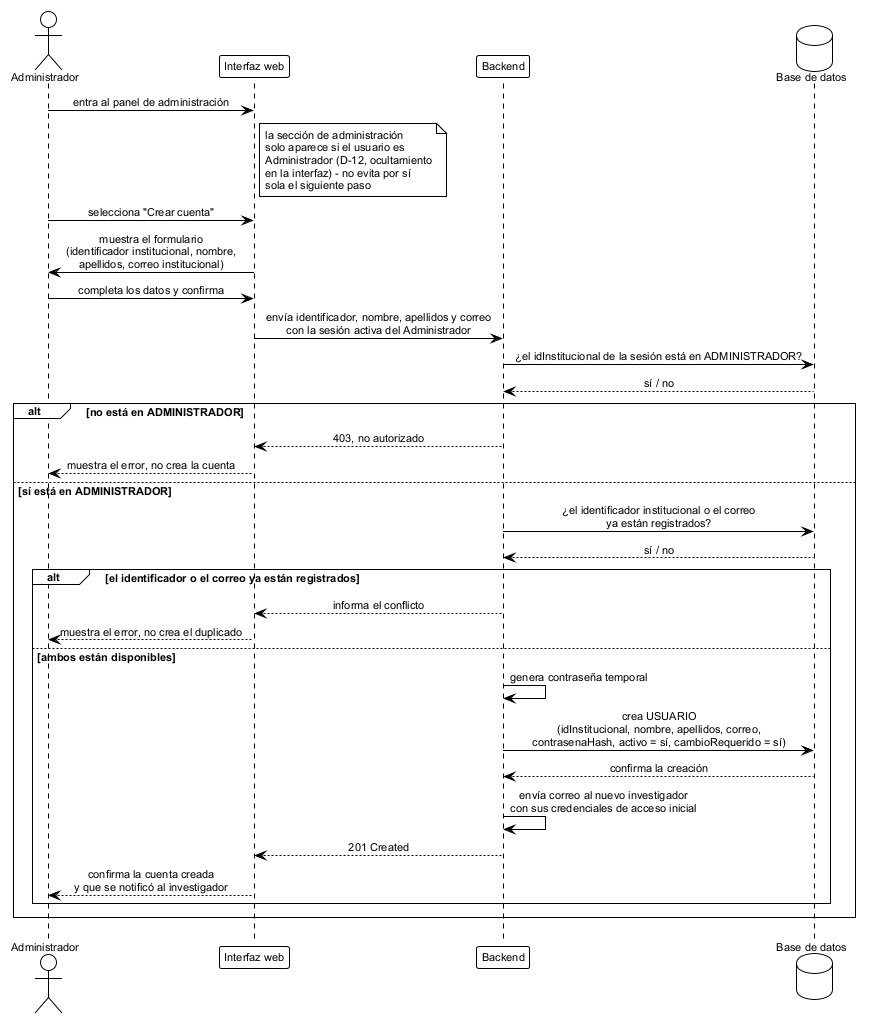
This is diagramas/seq_crear_cuenta.png from ErickJester/fst-ai-system-latex, a PlantUML export, as it was before one commit.
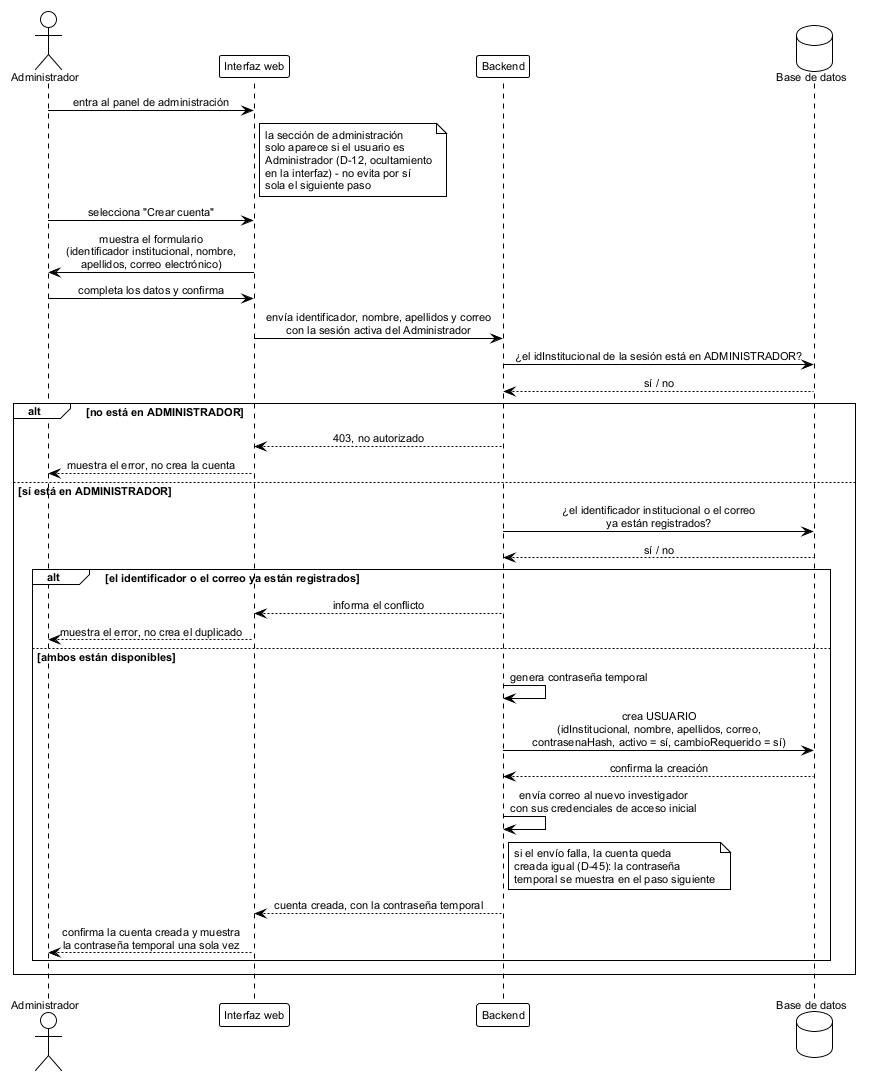
Above is the later version.

Diff of the diagram source:
```diff
@@ -22,7 +22,7 @@
 end note
 
 admin -> ui: selecciona "Crear cuenta"
-ui -> admin: muestra el formulario\n(identificador institucional, nombre,\napellidos, correo institucional)
+ui -> admin: muestra el formulario\n(identificador institucional, nombre,\napellidos, correo electrónico)
 
 admin -> ui: completa los datos y confirma
 ui -> api: envía identificador, nombre, apellidos y correo\ncon la sesión activa del Administrador
@@ -45,8 +45,13 @@
     api -> db: crea USUARIO\n(idInstitucional, nombre, apellidos, correo,\ncontrasenaHash, activo = sí, cambioRequerido = sí)
     db --> api: confirma la creación
     api -> api: envía correo al nuevo investigador\ncon sus credenciales de acceso inicial
-    api --> ui: 201 Created
-    ui --> admin: confirma la cuenta creada\ny que se notificó al investigador
+    note right of api
+      si el envío falla, la cuenta queda
+      creada igual (D-45): la contraseña
+      temporal se muestra en el paso siguiente
+    end note
+    api --> ui: cuenta creada, con la contraseña temporal
+    ui --> admin: confirma la cuenta creada y muestra\nla contraseña temporal una sola vez
   end
 end
 
```
